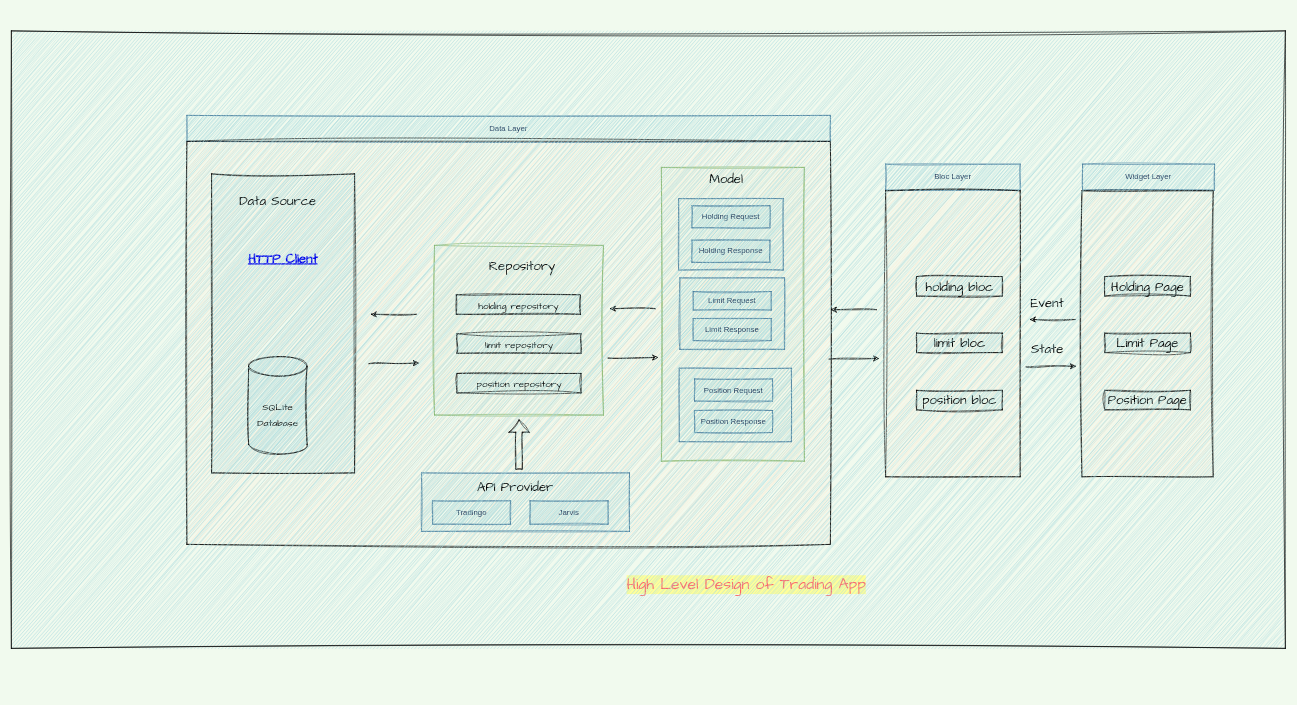
This is Diagram/Untitled Diagram.drawio from dheeraj-bhadoria/HLD-Trading-App, a draw.io file, before an edit. Source tidied: cells renumbered, new cells numbered last; positions are measured from the earlier drawing's top-left corner, leaving out a move shared by most shapes. Both pictures are drawn from the tidied source at 65%, with x=0, y=0 at pixel (11, 11).
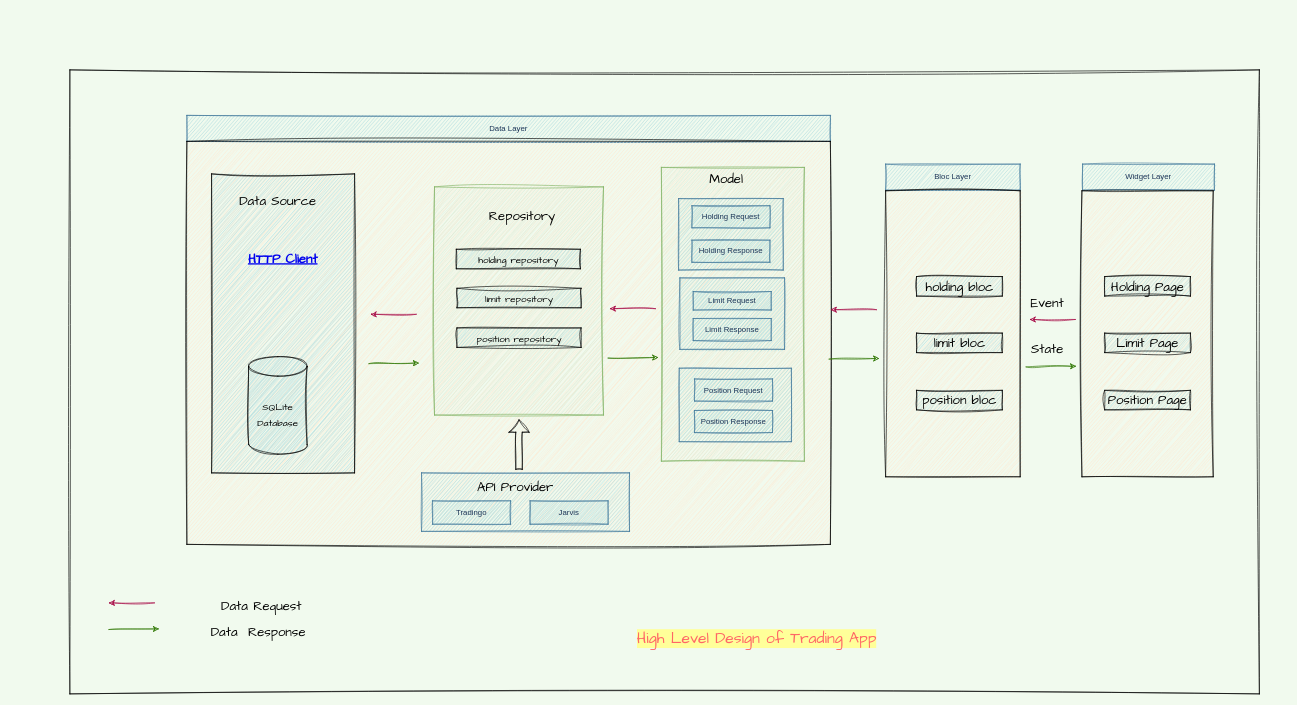
The same page after the edit.

Change to the diagram source:
```diff
@@
     <mxCell id="4" value="High Level Design of Trading App" style="text;html=1;strokeColor=none;fillColor=none;align=center;verticalAlign=middle;whiteSpace=wrap;rounded=0;dashed=1;labelBackgroundColor=#FFFF99;sketch=1;hachureGap=4;fontFamily=Architects Daughter;fontSize=24;fontColor=#FF6666;" parent="1" vertex="1">
-      <mxGeometry x="902" y="867" width="458" height="30" as="geometry" />
+      <mxGeometry x="918" y="950" width="458" height="30" as="geometry" />
     </mxCell>
@@
-    <mxCell id="13" style="endArrow=classic;html=1;rounded=0;sketch=1;hachureGap=4;jiggle=2;curveFitting=1;fontFamily=Architects Daughter;fontSize=16;" parent="1" edge="1">
+    <mxCell id="13" style="endArrow=classic;html=1;rounded=0;sketch=1;hachureGap=4;jiggle=2;curveFitting=1;fontFamily=Architects Daughter;fontSize=16;fillColor=#60a917;strokeColor=#2D7600;" parent="1" edge="1">
       <mxGeometry relative="1" as="geometry">
         <mxPoint x="1258" y="535" as="sourcePoint" />
         <mxPoint x="1335" y="534" as="targetPoint" />
       </mxGeometry>
     </mxCell>
-    <mxCell id="14" style="endArrow=classic;html=1;rounded=0;sketch=1;hachureGap=4;jiggle=2;curveFitting=1;fontFamily=Architects Daughter;fontSize=16;entryX=1.015;entryY=0.34;entryDx=0;entryDy=0;entryPerimeter=0;" parent="1" edge="1">
+    <mxCell id="14" style="endArrow=classic;html=1;rounded=0;sketch=1;hachureGap=4;jiggle=2;curveFitting=1;fontFamily=Architects Daughter;fontSize=16;entryX=1.015;entryY=0.34;entryDx=0;entryDy=0;entryPerimeter=0;fillColor=#d80073;strokeColor=#A50040;" parent="1" edge="1">
       <mxGeometry relative="1" as="geometry">
         <mxPoint x="1331" y="459" as="sourcePoint" />
         <mxPoint x="1260.8" y="459" as="targetPoint" />
       </mxGeometry>
     </mxCell>
-    <mxCell id="15" style="endArrow=classic;html=1;rounded=0;sketch=1;hachureGap=4;jiggle=2;curveFitting=1;fontFamily=Architects Daughter;fontSize=16;" parent="1" edge="1">
+    <mxCell id="15" style="endArrow=classic;html=1;rounded=0;sketch=1;hachureGap=4;jiggle=2;curveFitting=1;fontFamily=Architects Daughter;fontSize=16;fillColor=#60a917;strokeColor=#2D7600;" parent="1" edge="1">
       <mxGeometry relative="1" as="geometry">
         <mxPoint x="1561" y="547" as="sourcePoint" />
         <mxPoint x="1638" y="546" as="targetPoint" />
       </mxGeometry>
     </mxCell>
-    <mxCell id="16" style="endArrow=classic;html=1;rounded=0;sketch=1;hachureGap=4;jiggle=2;curveFitting=1;fontFamily=Architects Daughter;fontSize=16;entryX=1.015;entryY=0.34;entryDx=0;entryDy=0;entryPerimeter=0;" parent="1" edge="1">
+    <mxCell id="16" style="endArrow=classic;html=1;rounded=0;sketch=1;hachureGap=4;jiggle=2;curveFitting=1;fontFamily=Architects Daughter;fontSize=16;entryX=1.015;entryY=0.34;entryDx=0;entryDy=0;entryPerimeter=0;fillColor=#d80073;strokeColor=#A50040;" parent="1" edge="1">
       <mxGeometry relative="1" as="geometry">
         <mxPoint x="1637" y="474" as="sourcePoint" />
         <mxPoint x="1566.8" y="474" as="targetPoint" />
       </mxGeometry>
     </mxCell>
@@
     <mxCell id="34" style="rounded=0;whiteSpace=wrap;html=1;sketch=1;hachureGap=4;jiggle=2;curveFitting=1;fontFamily=Architects Daughter;fontSize=20;fillColor=#d5e8d4;strokeColor=#82b366;" parent="1" vertex="1">
-      <mxGeometry x="651" y="360" width="260" height="261" as="geometry" />
+      <mxGeometry x="651" y="270" width="260" height="351" as="geometry" />
     </mxCell>
     <mxCell id="35" value="&lt;font style=&quot;font-size: 15px;&quot;&gt;holding repository&lt;/font&gt;" style="rounded=0;whiteSpace=wrap;html=1;sketch=1;hachureGap=4;jiggle=2;curveFitting=1;fontFamily=Architects Daughter;fontSize=20;fillColor=#A8DADC;" parent="1" vertex="1">
-      <mxGeometry x="684.5" y="436" width="191" height="30" as="geometry" />
+      <mxGeometry x="684.5" y="366" width="191" height="30" as="geometry" />
     </mxCell>
     <mxCell id="36" value="&lt;font style=&quot;font-size: 15px;&quot;&gt;limit repository&lt;/font&gt;" style="rounded=0;whiteSpace=wrap;html=1;sketch=1;hachureGap=4;jiggle=2;curveFitting=1;fontFamily=Architects Daughter;fontSize=20;fillColor=#A8DADC;" parent="1" vertex="1">
-      <mxGeometry x="685.5" y="496" width="191" height="30" as="geometry" />
+      <mxGeometry x="685.5" y="426" width="191" height="30" as="geometry" />
     </mxCell>
     <mxCell id="37" value="&lt;font style=&quot;font-size: 15px;&quot;&gt;position repository&lt;/font&gt;" style="rounded=0;whiteSpace=wrap;html=1;sketch=1;hachureGap=4;jiggle=2;curveFitting=1;fontFamily=Architects Daughter;fontSize=20;fillColor=#A8DADC;" parent="1" vertex="1">
-      <mxGeometry x="685.5" y="557" width="191" height="30" as="geometry" />
+      <mxGeometry x="685.5" y="487" width="191" height="30" as="geometry" />
     </mxCell>
     <mxCell id="38" value="Repository" style="text;html=1;strokeColor=none;fillColor=none;align=center;verticalAlign=middle;whiteSpace=wrap;rounded=0;fontSize=20;fontFamily=Architects Daughter;" parent="1" vertex="1">
-      <mxGeometry x="756" y="377" width="60" height="30" as="geometry" />
+      <mxGeometry x="756" y="300" width="60" height="30" as="geometry" />
     </mxCell>
@@
-    <mxCell id="41" style="endArrow=classic;html=1;rounded=0;sketch=1;hachureGap=4;jiggle=2;curveFitting=1;fontFamily=Architects Daughter;fontSize=16;" parent="1" edge="1">
+    <mxCell id="41" style="endArrow=classic;html=1;rounded=0;sketch=1;hachureGap=4;jiggle=2;curveFitting=1;fontFamily=Architects Daughter;fontSize=16;fillColor=#60a917;strokeColor=#2D7600;" parent="1" edge="1">
       <mxGeometry relative="1" as="geometry">
         <mxPoint x="918" y="533.4" as="sourcePoint" />
         <mxPoint x="995" y="532.4" as="targetPoint" />
       </mxGeometry>
     </mxCell>
-    <mxCell id="42" style="endArrow=classic;html=1;rounded=0;sketch=1;hachureGap=4;jiggle=2;curveFitting=1;fontFamily=Architects Daughter;fontSize=16;entryX=1.015;entryY=0.34;entryDx=0;entryDy=0;entryPerimeter=0;" parent="1" edge="1">
+    <mxCell id="42" style="endArrow=classic;html=1;rounded=0;sketch=1;hachureGap=4;jiggle=2;curveFitting=1;fontFamily=Architects Daughter;fontSize=16;entryX=1.015;entryY=0.34;entryDx=0;entryDy=0;entryPerimeter=0;fillColor=#d80073;strokeColor=#A50040;" parent="1" edge="1">
       <mxGeometry relative="1" as="geometry">
         <mxPoint x="991" y="457.4" as="sourcePoint" />
         <mxPoint x="920.8" y="457.4" as="targetPoint" />
       </mxGeometry>
     </mxCell>
@@
-    <mxCell id="48" style="endArrow=classic;html=1;rounded=0;sketch=1;hachureGap=4;jiggle=2;curveFitting=1;fontFamily=Architects Daughter;fontSize=16;" parent="1" edge="1">
+    <mxCell id="48" style="endArrow=classic;html=1;rounded=0;sketch=1;hachureGap=4;jiggle=2;curveFitting=1;fontFamily=Architects Daughter;fontSize=16;fillColor=#60a917;strokeColor=#2D7600;" parent="1" edge="1">
       <mxGeometry relative="1" as="geometry">
         <mxPoint x="550" y="542" as="sourcePoint" />
         <mxPoint x="627" y="541" as="targetPoint" />
       </mxGeometry>
     </mxCell>
-    <mxCell id="49" style="endArrow=classic;html=1;rounded=0;sketch=1;hachureGap=4;jiggle=2;curveFitting=1;fontFamily=Architects Daughter;fontSize=16;entryX=1.015;entryY=0.34;entryDx=0;entryDy=0;entryPerimeter=0;" parent="1" edge="1">
+    <mxCell id="49" style="endArrow=classic;html=1;rounded=0;sketch=1;hachureGap=4;jiggle=2;curveFitting=1;fontFamily=Architects Daughter;fontSize=16;entryX=1.015;entryY=0.34;entryDx=0;entryDy=0;entryPerimeter=0;fillColor=#d80073;strokeColor=#A50040;" parent="1" edge="1">
       <mxGeometry relative="1" as="geometry">
         <mxPoint x="623" y="466" as="sourcePoint" />
         <mxPoint x="552.8" y="466" as="targetPoint" />
       </mxGeometry>
     </mxCell>
@@
-    <mxCell id="51" style="rounded=0;whiteSpace=wrap;html=1;sketch=1;hachureGap=4;jiggle=2;curveFitting=1;fontFamily=Architects Daughter;fontSize=20;fillColor=#A8DADC;" parent="1" vertex="1">
-      <mxGeometry y="30" width="1960" height="950" as="geometry" />
+    <mxCell id="51" style="rounded=0;whiteSpace=wrap;html=1;sketch=1;hachureGap=4;jiggle=2;curveFitting=1;fontFamily=Architects Daughter;fontSize=20;fillColor=none;" parent="1" vertex="1">
+      <mxGeometry x="90" y="90" width="1830" height="960" as="geometry" />
     </mxCell>
+    <mxCell id="52" style="endArrow=classic;html=1;rounded=0;sketch=1;hachureGap=4;jiggle=2;curveFitting=1;fontFamily=Architects Daughter;fontSize=16;entryX=1.015;entryY=0.34;entryDx=0;entryDy=0;entryPerimeter=0;fillColor=#d80073;strokeColor=#A50040;" parent="1" edge="1">
+      <mxGeometry relative="1" as="geometry">
+        <mxPoint x="220.2" y="910" as="sourcePoint" />
+        <mxPoint x="150" y="910" as="targetPoint" />
+      </mxGeometry>
+    </mxCell>
+    <mxCell id="53" style="endArrow=classic;html=1;rounded=0;sketch=1;hachureGap=4;jiggle=2;curveFitting=1;fontFamily=Architects Daughter;fontSize=16;fillColor=#60a917;strokeColor=#2D7600;" parent="1" edge="1">
+      <mxGeometry relative="1" as="geometry">
+        <mxPoint x="150" y="951" as="sourcePoint" />
+        <mxPoint x="227" y="950" as="targetPoint" />
+      </mxGeometry>
+    </mxCell>
+    <mxCell id="54" value="Data Request " style="text;html=1;strokeColor=none;fillColor=none;align=center;verticalAlign=middle;whiteSpace=wrap;rounded=0;fontSize=20;fontFamily=Architects Daughter;" parent="1" vertex="1">
+      <mxGeometry x="270" y="900" width="230" height="30" as="geometry" />
+    </mxCell>
+    <mxCell id="55" value="Data&amp;nbsp; Response" style="text;html=1;strokeColor=none;fillColor=none;align=center;verticalAlign=middle;whiteSpace=wrap;rounded=0;fontSize=20;fontFamily=Architects Daughter;" parent="1" vertex="1">
+      <mxGeometry x="270" y="940" width="220" height="30" as="geometry" />
+    </mxCell>
```
